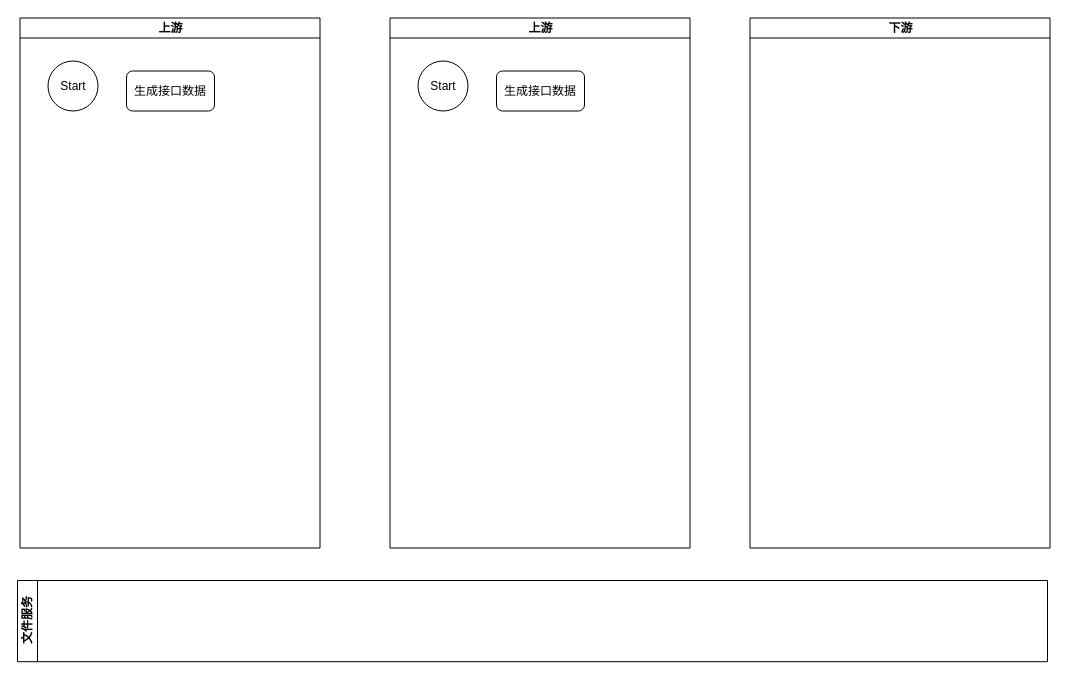
Before: 未命名绘图.drawio in lsj188/myPlugin, a draw.io diagram. Source tidied: cells renumbered, new cells numbered last; positions are measured from the earlier drawing's top-left corner, leaving out a move shared by most shapes. Both pictures are drawn from the tidied source at 100%, with x=0, y=0 at pixel (-95, 60).
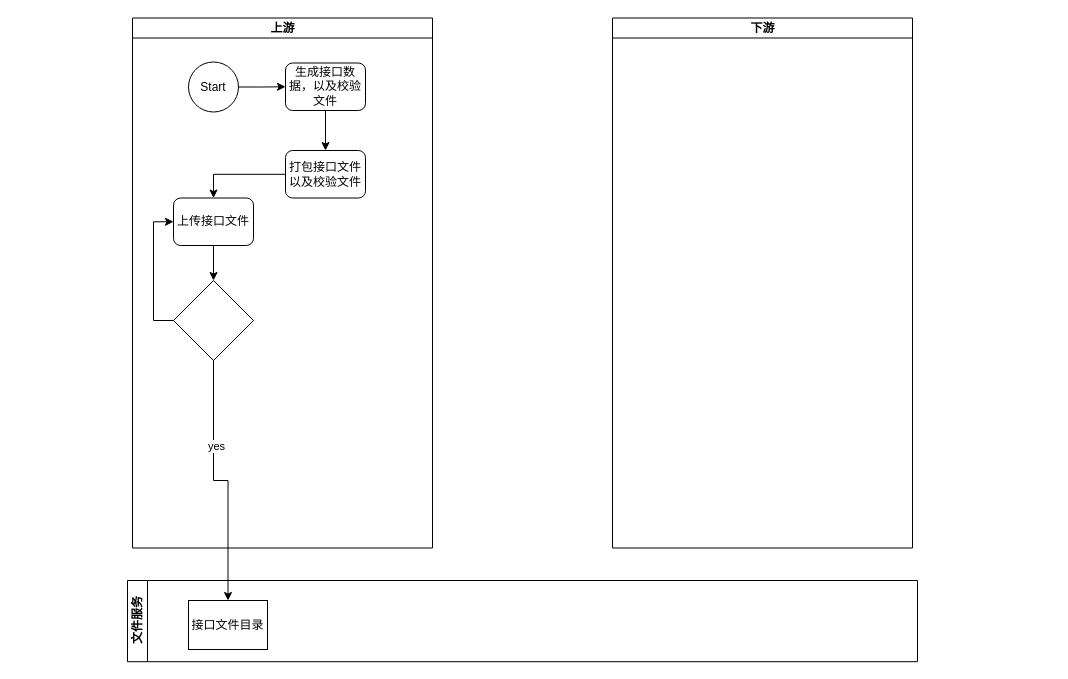
After the change.

Commit message:
更新未命名绘图.drawio

The edit, as a diff of the source:
```diff
@@
     <mxCell id="2" value="上游" style="swimlane;html=1;startSize=20;horizontal=0;rotation=90;" parent="1" vertex="1">
-      <mxGeometry x="-0.5" y="72.5" width="530" height="300" as="geometry" />
+      <mxGeometry x="112" y="72.5" width="530" height="300" as="geometry" />
     </mxCell>
+    <mxCell id="10" style="edgeStyle=orthogonalEdgeStyle;rounded=0;jettySize=auto;html=1;exitX=1;exitY=0.5;exitDx=0;exitDy=0;entryX=0;entryY=0.5;entryDx=0;entryDy=0;" parent="2" edge="1" source="3" target="12">
+      <mxGeometry relative="1" as="geometry" />
+    </mxCell>
     <mxCell id="3" value="Start" style="ellipse;whiteSpace=wrap;html=1;" parent="2" vertex="1">
-      <mxGeometry x="143" y="-72" width="50" height="50" as="geometry" />
+      <mxGeometry x="171" y="-71" width="50" height="50" as="geometry" />
     </mxCell>
-    <mxCell id="4" value="生成接口数据" style="rounded=1;whiteSpace=wrap;html=1;" parent="2" vertex="1">
-      <mxGeometry x="221.5" y="-62" width="88" height="40" as="geometry" />
-    </mxCell>
+    <mxCell id="11" style="edgeStyle=orthogonalEdgeStyle;rounded=0;jettySize=auto;html=1;exitX=0.5;exitY=1;exitDx=0;exitDy=0;entryX=0.5;entryY=0;entryDx=0;entryDy=0;" parent="2" edge="1" source="12" target="14">
+      <mxGeometry relative="1" as="geometry" />
+    </mxCell>
+    <mxCell id="12" value="生成接口数据，以及校验文件" style="rounded=1;whiteSpace=wrap;html=1;" parent="2" vertex="1">
+      <mxGeometry x="268" y="-70" width="80" height="47.5" as="geometry" />
+    </mxCell>
+    <mxCell id="13" style="edgeStyle=orthogonalEdgeStyle;rounded=0;jettySize=auto;html=1;entryX=0.5;entryY=0;entryDx=0;entryDy=0;" parent="2" edge="1" source="14" target="16">
+      <mxGeometry relative="1" as="geometry" />
+    </mxCell>
+    <mxCell id="14" value="打包接口文件以及校验文件" style="rounded=1;whiteSpace=wrap;html=1;" parent="2" vertex="1">
+      <mxGeometry x="268" y="17.5" width="80" height="47.5" as="geometry" />
+    </mxCell>
+    <mxCell id="15" style="edgeStyle=orthogonalEdgeStyle;rounded=0;jettySize=auto;html=1;exitX=0.5;exitY=1;exitDx=0;exitDy=0;entryX=0.5;entryY=0;entryDx=0;entryDy=0;" parent="2" edge="1" source="16" target="18">
+      <mxGeometry relative="1" as="geometry" />
+    </mxCell>
+    <mxCell id="16" value="上传接口文件" style="rounded=1;whiteSpace=wrap;html=1;" parent="2" vertex="1">
+      <mxGeometry x="156" y="65" width="80" height="47.5" as="geometry" />
+    </mxCell>
+    <mxCell id="17" style="edgeStyle=orthogonalEdgeStyle;rounded=0;jettySize=auto;html=1;entryX=0;entryY=0.5;entryDx=0;entryDy=0;" parent="2" edge="1" source="18" target="16">
+      <mxGeometry relative="1" as="geometry">
+        <Array as="points">
+          <mxPoint x="136" y="188" />
+          <mxPoint x="136" y="89" />
+        </Array>
+      </mxGeometry>
+    </mxCell>
+    <mxCell id="18" style="rhombus;whiteSpace=wrap;html=1;" parent="2" vertex="1">
+      <mxGeometry x="156" y="147.5" width="80" height="80" as="geometry" />
+    </mxCell>
     <mxCell id="5" value="文件服务" style="swimlane;html=1;startSize=20;horizontal=0;rotation=0;" parent="1" vertex="1">
-      <mxGeometry x="112" y="520" width="1030" height="81.2" as="geometry" />
+      <mxGeometry x="222" y="520" width="790" height="81.2" as="geometry" />
     </mxCell>
+    <mxCell id="19" value="接口文件目录" style="rounded=0;whiteSpace=wrap;html=1;" parent="5" vertex="1">
+      <mxGeometry x="61" y="20" width="79" height="49" as="geometry" />
+    </mxCell>
     <mxCell id="6" value="下游" style="swimlane;html=1;startSize=20;horizontal=0;rotation=90;" parent="1" vertex="1">
-      <mxGeometry x="729.5" y="72.5" width="530" height="300" as="geometry" />
+      <mxGeometry x="592" y="72.5" width="530" height="300" as="geometry" />
     </mxCell>
-    <mxCell id="7" value="上游" style="swimlane;html=1;startSize=20;horizontal=0;rotation=90;" parent="1" vertex="1">
-      <mxGeometry x="369.5" y="72.5" width="530" height="300" as="geometry" />
-    </mxCell>
-    <mxCell id="8" value="Start" style="ellipse;whiteSpace=wrap;html=1;" parent="7" vertex="1">
-      <mxGeometry x="143" y="-72" width="50" height="50" as="geometry" />
-    </mxCell>
-    <mxCell id="9" value="生成接口数据" style="rounded=1;whiteSpace=wrap;html=1;" parent="7" vertex="1">
-      <mxGeometry x="221.5" y="-62" width="88" height="40" as="geometry" />
-    </mxCell>
+    <mxCell id="20" style="edgeStyle=orthogonalEdgeStyle;rounded=0;jettySize=auto;html=1;entryX=0.5;entryY=0;entryDx=0;entryDy=0;" parent="1" edge="1" source="18" target="19">
+      <mxGeometry relative="1" as="geometry">
+        <Array as="points">
+          <mxPoint x="308" y="420" />
+          <mxPoint x="322" y="420" />
+        </Array>
+      </mxGeometry>
+    </mxCell>
+    <mxCell id="21" value="yes" style="edgeLabel;html=1;align=center;verticalAlign=middle;" parent="20" vertex="1">
+      <mxGeometry x="-0.33" y="2" relative="1" as="geometry" />
+    </mxCell>
```
